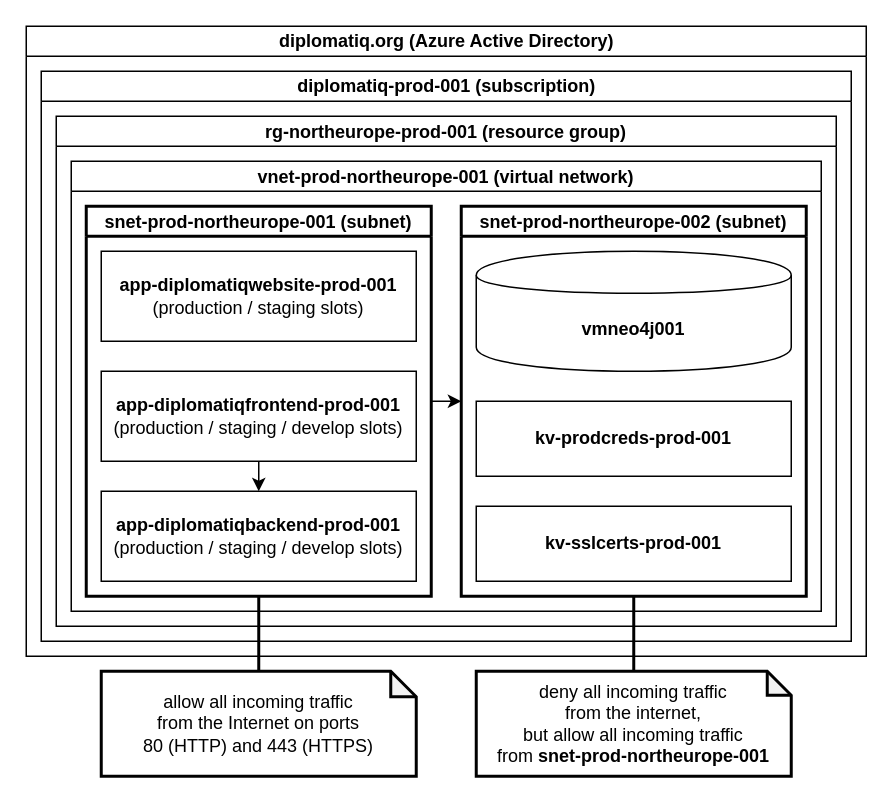
Above: src/figures/infrastructure.drawio in luczsoma/msc-thesis (draw.io), before the change. Source tidied: cells renumbered, new cells numbered last; positions are measured from the earlier drawing's top-left corner, leaving out a move shared by most shapes. Both pictures are drawn from the tidied source at 150%, with x=0, y=0 at pixel (26, 26).
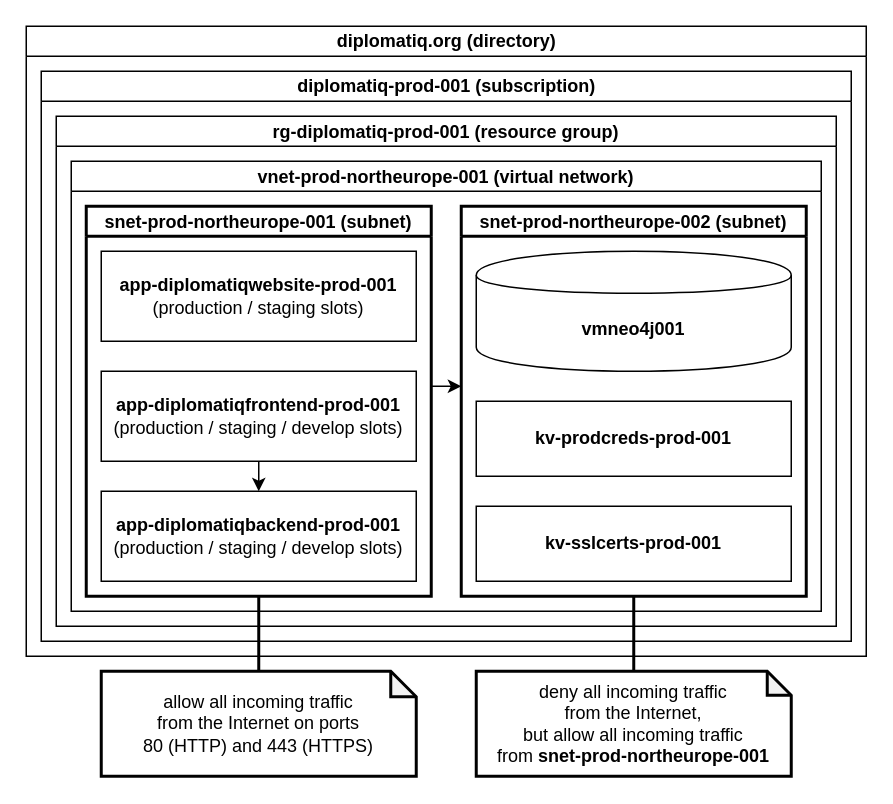
After the change.

The change refers to these unchanged cells:
```xml
<mxCell id="3" value="diplomatiq-prod-001 (subscription)" style="swimlane;html=1;startSize=20;horizontal=1;containerType=tree;" parent="2" vertex="1">
  <mxGeometry x="10" y="30" width="540" height="380" as="geometry" />
</mxCell>
<mxCell id="5" value="vnet-prod-northeurope-001 (virtual network)" style="swimlane;startSize=20;" parent="4" vertex="1">
  <mxGeometry x="10" y="30" width="500" height="300" as="geometry" />
</mxCell>
<mxCell id="7" value="snet-prod-northeurope-001 (subnet)" style="swimlane;startSize=20;strokeWidth=2;" parent="5" vertex="1">
  <mxGeometry x="10" y="30" width="230" height="260" as="geometry" />
</mxCell>
<mxCell id="12" value="snet-prod-northeurope-002 (subnet)" style="swimlane;startSize=20;strokeWidth=2;" parent="5" vertex="1">
  <mxGeometry x="260" y="30" width="230" height="260" as="geometry" />
</mxCell>
```

The edit, as a diff of the source:
```diff
@@
-    <mxCell id="2" value="diplomatiq.org (Azure Active Directory)" style="swimlane;html=1;startSize=20;horizontal=1;containerType=tree;" parent="1" vertex="1">
+    <mxCell id="2" value="diplomatiq.org (directory)" style="swimlane;html=1;startSize=20;horizontal=1;containerType=tree;" parent="1" vertex="1">
       <mxGeometry width="560" height="420" as="geometry" />
     </mxCell>
@@
-    <mxCell id="4" value="rg-northeurope-prod-001 (resource group)" style="swimlane;fontStyle=1;startSize=20;" parent="3" vertex="1">
+    <mxCell id="4" value="rg-diplomatiq-prod-001 (resource group)" style="swimlane;fontStyle=1;startSize=20;" parent="3" vertex="1">
       <mxGeometry x="10" y="30" width="520" height="340" as="geometry" />
     </mxCell>
@@
-    <mxCell id="6" style="edgeStyle=orthogonalEdgeStyle;rounded=0;jettySize=auto;html=1;exitX=1;exitY=0.5;exitDx=0;exitDy=0;entryX=0;entryY=0.5;entryDx=0;entryDy=0;endArrow=classic;endFill=1;strokeWidth=1;" parent="5" edge="1" source="7" target="12">
-      <mxGeometry relative="1" as="geometry" />
+    <mxCell id="6" style="edgeStyle=orthogonalEdgeStyle;rounded=0;orthogonalLoop=1;jettySize=auto;html=1;exitX=1;exitY=0.5;exitDx=0;exitDy=0;entryX=0;entryY=0.5;entryDx=0;entryDy=0;endArrow=classic;endFill=1;strokeWidth=1;" parent="5" edge="1">
+      <mxGeometry relative="1" as="geometry">
+        <mxPoint x="240" y="150" as="sourcePoint" />
+        <mxPoint x="260" y="150" as="targetPoint" />
+      </mxGeometry>
     </mxCell>
@@
-    <mxCell id="19" value="deny all incoming traffic&lt;br&gt;from the internet,&lt;br&gt;but allow all incoming traffic&lt;br&gt;from &lt;b&gt;snet-prod-northeurope-001&lt;/b&gt;" style="shape=note;whiteSpace=wrap;html=1;backgroundOutline=1;darkOpacity=0.05;size=16;strokeWidth=2;" parent="1" vertex="1">
+    <mxCell id="19" value="deny all incoming traffic&lt;br&gt;from the Internet,&lt;br&gt;but allow all incoming traffic&lt;br&gt;from &lt;b&gt;snet-prod-northeurope-001&lt;/b&gt;" style="shape=note;whiteSpace=wrap;html=1;backgroundOutline=1;darkOpacity=0.05;size=16;strokeWidth=2;" parent="1" vertex="1">
       <mxGeometry x="300" y="430" width="210" height="70" as="geometry" />
     </mxCell>
```
